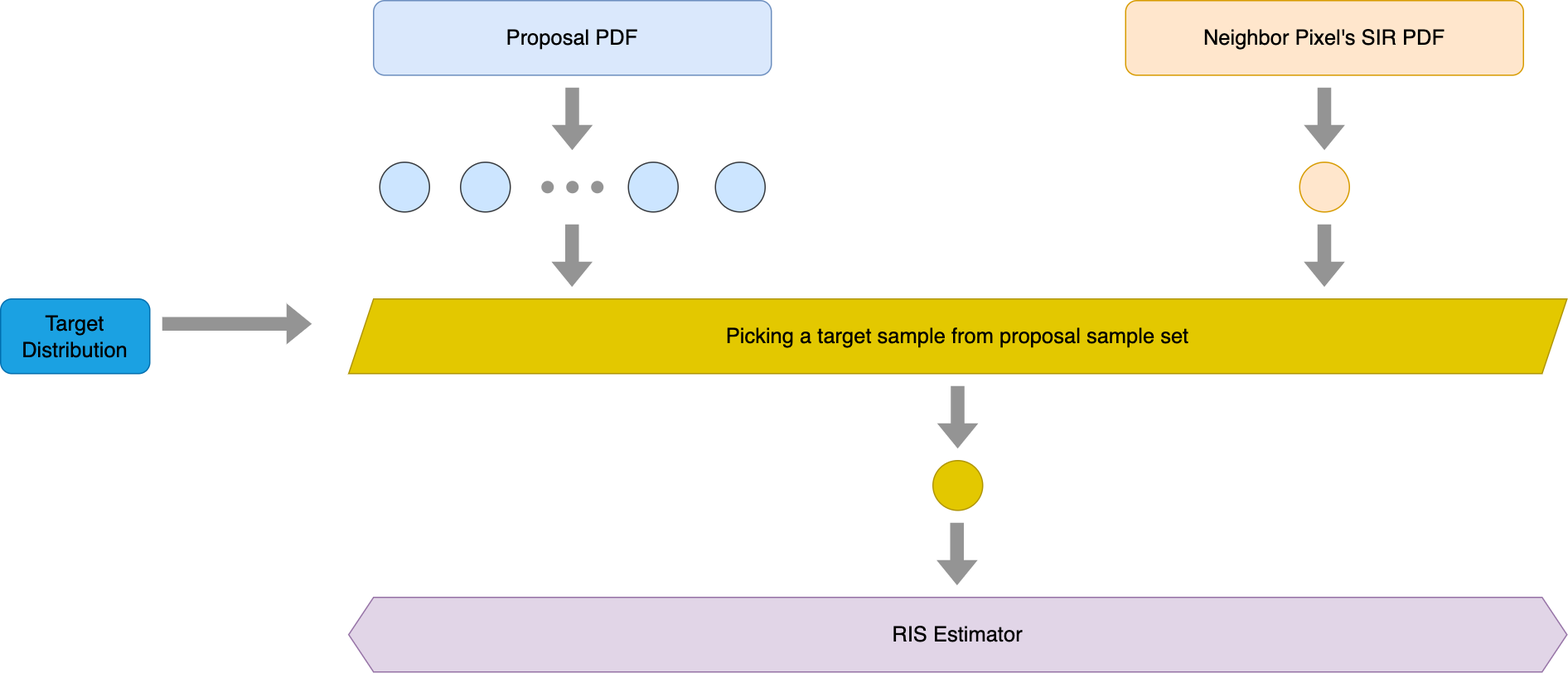
This is img/posts/understanding_the_math_behind_restir_di/ReStir_3.png from JiayinCao/AGraphicsGuyNotes, a draw.io export, as it was before one commit. Source tidied: cells renumbered, new cells last; positions are measured from the earlier drawing's top-left corner, leaving out a move shared by most shapes. Its diagram source:
```xml
<mxGraphModel>
  <root>
    <mxCell id="0" />
    <mxCell id="1" parent="0" />
    <mxCell id="2" value="&lt;font style=&quot;font-size: 17px;&quot;&gt;Proposal PDF&lt;/font&gt;" style="rounded=1;whiteSpace=wrap;html=1;fillColor=#dae8fc;strokeColor=#6c8ebf;" parent="1" vertex="1">
      <mxGeometry x="300" width="320" height="60" as="geometry" />
    </mxCell>
    <mxCell id="3" style="ellipse;whiteSpace=wrap;html=1;fillColor=#cce5ff;strokeColor=#36393d;" parent="1" vertex="1">
      <mxGeometry x="305" y="130" width="40" height="40" as="geometry" />
    </mxCell>
    <mxCell id="4" style="shape=flexArrow;endArrow=classic;html=1;rounded=0;strokeColor=#949494;fillColor=#949494;" parent="1" edge="1">
      <mxGeometry relative="1" as="geometry">
        <mxPoint x="459.8" y="70" as="sourcePoint" />
        <mxPoint x="459.8" y="120" as="targetPoint" />
      </mxGeometry>
    </mxCell>
    <mxCell id="5" style="ellipse;whiteSpace=wrap;html=1;fillColor=#cce5ff;strokeColor=#36393d;" parent="1" vertex="1">
      <mxGeometry x="370" y="130" width="40" height="40" as="geometry" />
    </mxCell>
    <mxCell id="6" style="ellipse;whiteSpace=wrap;html=1;fillColor=#cce5ff;strokeColor=#36393d;" parent="1" vertex="1">
      <mxGeometry x="575" y="130" width="40" height="40" as="geometry" />
    </mxCell>
    <mxCell id="7" style="ellipse;whiteSpace=wrap;html=1;fillColor=#cce5ff;strokeColor=#36393d;" parent="1" vertex="1">
      <mxGeometry x="505" y="130" width="40" height="40" as="geometry" />
    </mxCell>
    <mxCell id="8" value="&lt;font style=&quot;font-size: 17px;&quot; color=&quot;#000000&quot;&gt;Target Distribution&lt;/font&gt;" style="rounded=1;whiteSpace=wrap;html=1;fillColor=#1ba1e2;strokeColor=#006EAF;fontColor=#ffffff;" parent="1" vertex="1">
      <mxGeometry y="240" width="120" height="60" as="geometry" />
    </mxCell>
    <mxCell id="9" style="ellipse;whiteSpace=wrap;html=1;fillColor=#949494;strokeColor=none;" parent="1" vertex="1">
      <mxGeometry x="435" y="145" width="10" height="10" as="geometry" />
    </mxCell>
    <mxCell id="10" style="ellipse;whiteSpace=wrap;html=1;fillColor=#949494;strokeColor=none;" parent="1" vertex="1">
      <mxGeometry x="455" y="145" width="10" height="10" as="geometry" />
    </mxCell>
    <mxCell id="11" style="ellipse;whiteSpace=wrap;html=1;fillColor=#949494;strokeColor=none;" parent="1" vertex="1">
      <mxGeometry x="475" y="145" width="10" height="10" as="geometry" />
    </mxCell>
    <mxCell id="12" style="shape=flexArrow;endArrow=classic;html=1;rounded=0;strokeColor=#949494;fillColor=#949494;" parent="1" edge="1">
      <mxGeometry relative="1" as="geometry">
        <mxPoint x="459.6" y="180" as="sourcePoint" />
        <mxPoint x="459.6" y="230" as="targetPoint" />
      </mxGeometry>
    </mxCell>
    <mxCell id="13" style="ellipse;whiteSpace=wrap;html=1;fillColor=#ffe6cc;strokeColor=#d79b00;" parent="1" vertex="1">
      <mxGeometry x="1045" y="130" width="40" height="40" as="geometry" />
    </mxCell>
    <mxCell id="14" style="shape=flexArrow;endArrow=classic;html=1;rounded=0;strokeColor=#949494;fillColor=#949494;" parent="1" edge="1">
      <mxGeometry relative="1" as="geometry">
        <mxPoint x="1064.9" y="70" as="sourcePoint" />
        <mxPoint x="1064.9" y="120" as="targetPoint" />
      </mxGeometry>
    </mxCell>
    <mxCell id="15" style="shape=flexArrow;endArrow=classic;html=1;rounded=0;strokeColor=#949494;fillColor=#949494;" parent="1" edge="1">
      <mxGeometry relative="1" as="geometry">
        <mxPoint x="1064.8" y="180" as="sourcePoint" />
        <mxPoint x="1064.8" y="230" as="targetPoint" />
      </mxGeometry>
    </mxCell>
    <mxCell id="16" value="&lt;span style=&quot;font-size: 17px;&quot;&gt;Picking a target sample from proposal sample set&lt;/span&gt;" style="shape=parallelogram;perimeter=parallelogramPerimeter;whiteSpace=wrap;html=1;fixedSize=1;fontColor=#000000;fillColor=#e3c800;strokeColor=#B09500;" parent="1" vertex="1">
      <mxGeometry x="280" y="240" width="980" height="60" as="geometry" />
    </mxCell>
    <mxCell id="17" style="shape=flexArrow;endArrow=classic;html=1;rounded=0;fontColor=#000000;strokeColor=#949494;fillColor=#949494;fillStyle=solid;gradientColor=none;" parent="1" edge="1">
      <mxGeometry relative="1" as="geometry">
        <mxPoint x="130" y="260" as="sourcePoint" />
        <mxPoint x="250" y="260" as="targetPoint" />
      </mxGeometry>
    </mxCell>
    <mxCell id="18" value="&lt;font style=&quot;font-size: 17px;&quot;&gt;RIS Estimator&lt;/font&gt;" style="shape=hexagon;perimeter=hexagonPerimeter2;whiteSpace=wrap;html=1;fixedSize=1;fillColor=#e1d5e7;strokeColor=#9673a6;" parent="1" vertex="1">
      <mxGeometry x="280" y="480" width="980" height="60" as="geometry" />
    </mxCell>
    <mxCell id="19" style="ellipse;whiteSpace=wrap;html=1;fillColor=#e3c800;strokeColor=#B09500;fontColor=#000000;" parent="1" vertex="1">
      <mxGeometry x="750" y="370" width="40" height="40" as="geometry" />
    </mxCell>
    <mxCell id="20" style="shape=flexArrow;endArrow=classic;html=1;rounded=0;strokeColor=#949494;fillColor=#949494;" parent="1" edge="1">
      <mxGeometry relative="1" as="geometry">
        <mxPoint x="769.9" y="310" as="sourcePoint" />
        <mxPoint x="769.9" y="360" as="targetPoint" />
      </mxGeometry>
    </mxCell>
    <mxCell id="21" style="shape=flexArrow;endArrow=classic;html=1;rounded=0;strokeColor=#949494;fillColor=#949494;" parent="1" edge="1">
      <mxGeometry relative="1" as="geometry">
        <mxPoint x="769.4" y="420" as="sourcePoint" />
        <mxPoint x="769.4" y="470" as="targetPoint" />
      </mxGeometry>
    </mxCell>
    <mxCell id="22" value="&lt;font style=&quot;font-size: 17px;&quot;&gt;Neighbor Pixel's SIR PDF&lt;/font&gt;" style="rounded=1;whiteSpace=wrap;html=1;fillColor=#ffe6cc;strokeColor=#d79b00;" parent="1" vertex="1">
      <mxGeometry x="905" width="320" height="60" as="geometry" />
    </mxCell>
  </root>
</mxGraphModel>
```
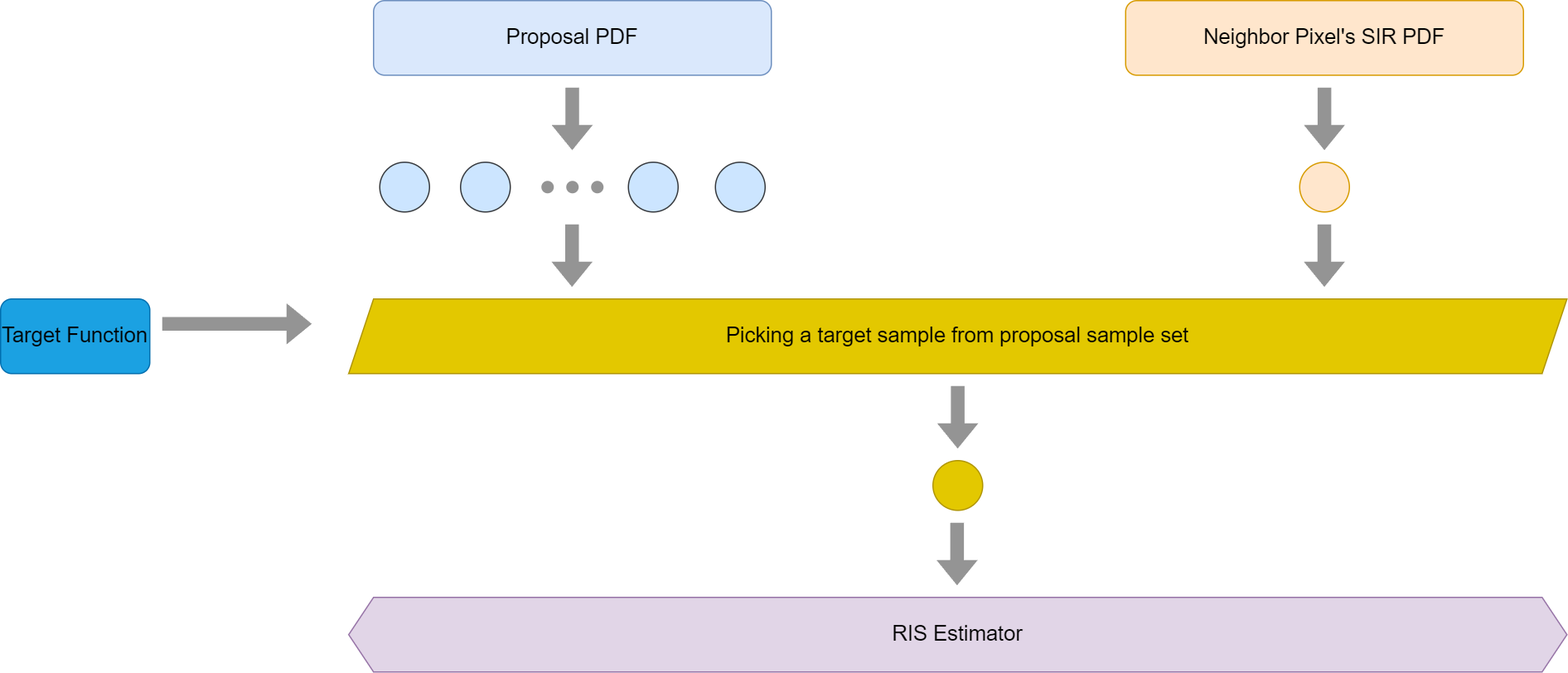
After the change.

What changed in the source:
```diff
@@ -23,7 +23,7 @@
     <mxCell id="7" style="ellipse;whiteSpace=wrap;html=1;fillColor=#cce5ff;strokeColor=#36393d;" parent="1" vertex="1">
       <mxGeometry x="505" y="130" width="40" height="40" as="geometry" />
     </mxCell>
-    <mxCell id="8" value="&lt;font style=&quot;font-size: 17px;&quot; color=&quot;#000000&quot;&gt;Target Distribution&lt;/font&gt;" style="rounded=1;whiteSpace=wrap;html=1;fillColor=#1ba1e2;strokeColor=#006EAF;fontColor=#ffffff;" parent="1" vertex="1">
+    <mxCell id="8" value="&lt;font style=&quot;font-size: 17px;&quot; color=&quot;#000000&quot;&gt;Target Function&lt;/font&gt;" style="rounded=1;whiteSpace=wrap;html=1;fillColor=#1ba1e2;strokeColor=#006EAF;fontColor=#ffffff;" parent="1" vertex="1">
       <mxGeometry y="240" width="120" height="60" as="geometry" />
     </mxCell>
     <mxCell id="9" style="ellipse;whiteSpace=wrap;html=1;fillColor=#949494;strokeColor=none;" parent="1" vertex="1">
```
